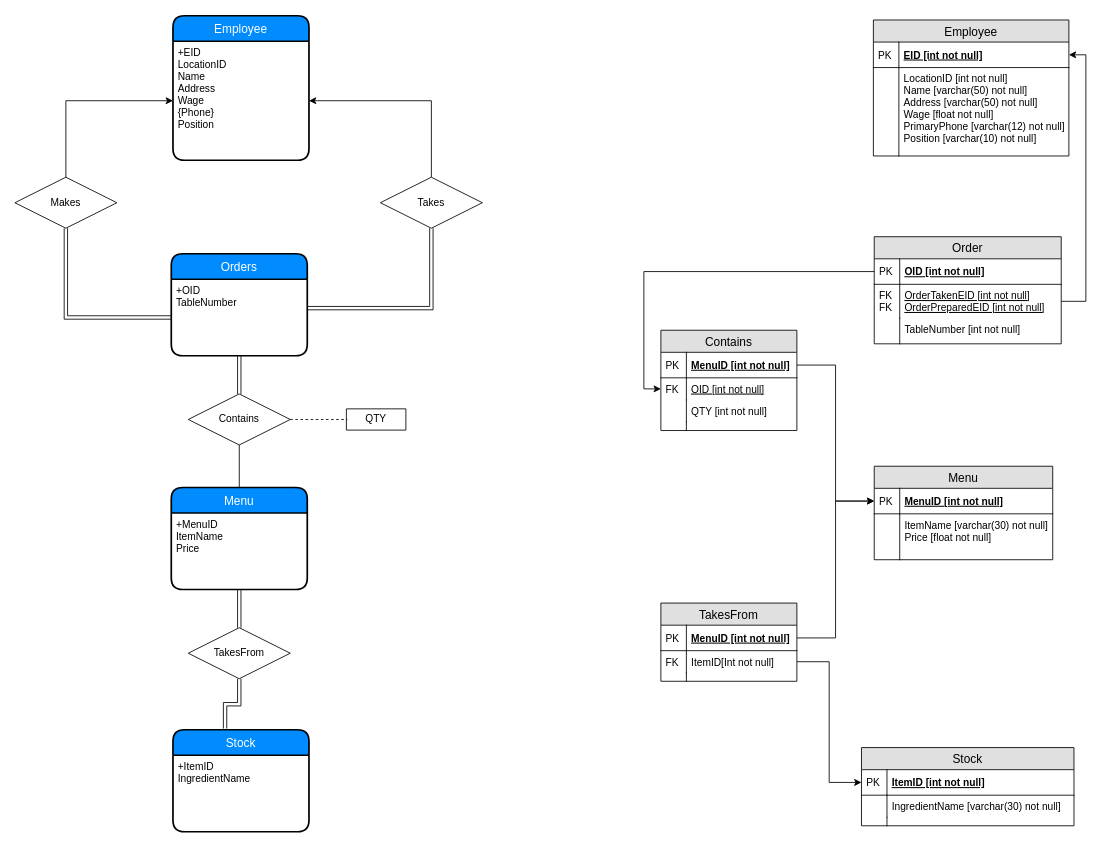
This is Deliverables/POS_ER_Diagram.drawio from ajgray2017/CSC455_FinalProject, a draw.io file, before an edit. Source tidied: cells renumbered, new cells numbered last; positions are measured from the earlier drawing's top-left corner, leaving out a move shared by most shapes. Both pictures are drawn from the tidied source at 85%, with x=0, y=0 at pixel (14, 15).
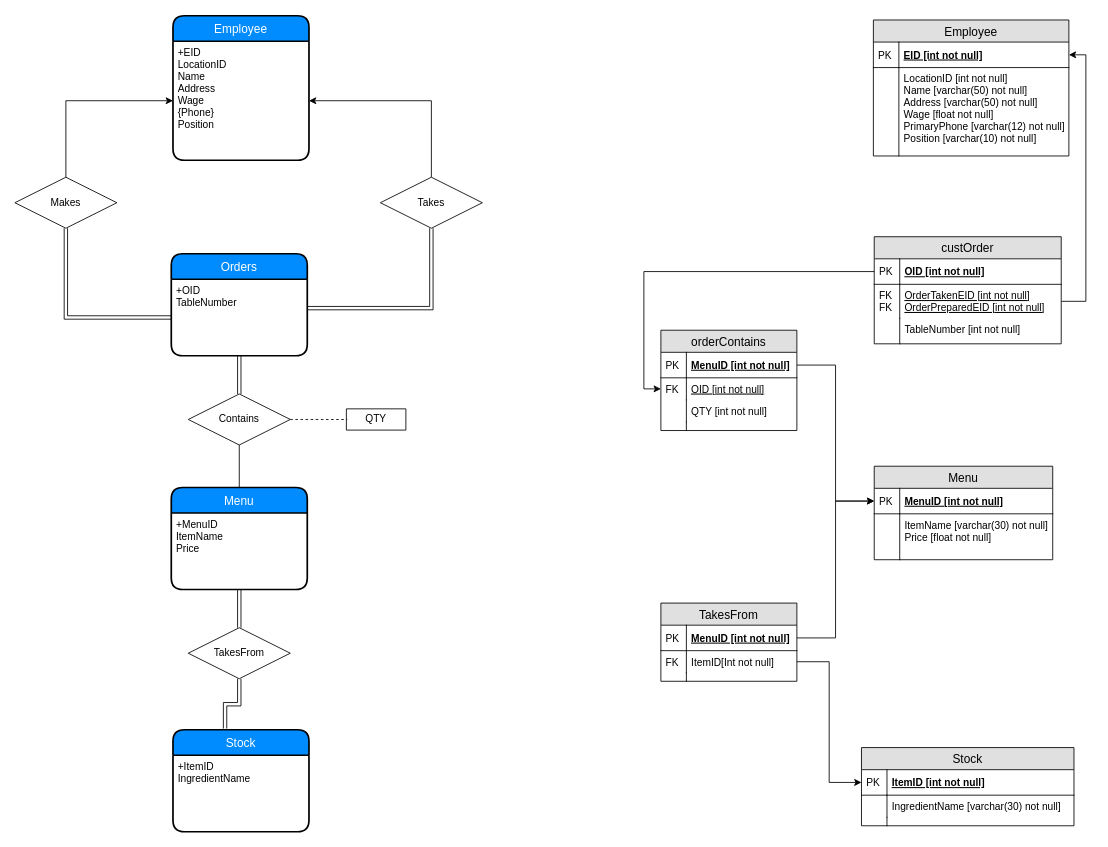
The same page after the edit.

Commit message:
updated to match createtabhles

Diff of the diagram source:
```diff
@@
-    <mxCell id="46" value="Contains" style="swimlane;fontStyle=0;horizontal=1;startSize=26;fillColor=#e0e0e0;swimlaneFillColor=#ffffff;align=center;fontSize=14;" parent="1" vertex="1">
+    <mxCell id="46" value="orderContains" style="swimlane;fontStyle=0;horizontal=1;startSize=26;fillColor=#e0e0e0;swimlaneFillColor=#ffffff;align=center;fontSize=14;" parent="1" vertex="1">
       <mxGeometry x="760" y="370" width="160" height="118" as="geometry" />
     </mxCell>
@@
-    <mxCell id="55" value="Order" style="swimlane;fontStyle=0;horizontal=1;startSize=26;fillColor=#e0e0e0;swimlaneFillColor=#ffffff;align=center;fontSize=14;" parent="1" vertex="1">
+    <mxCell id="55" value="custOrder" style="swimlane;fontStyle=0;horizontal=1;startSize=26;fillColor=#e0e0e0;swimlaneFillColor=#ffffff;align=center;fontSize=14;" parent="1" vertex="1">
       <mxGeometry x="1011" y="260" width="220" height="126" as="geometry" />
     </mxCell>
```
